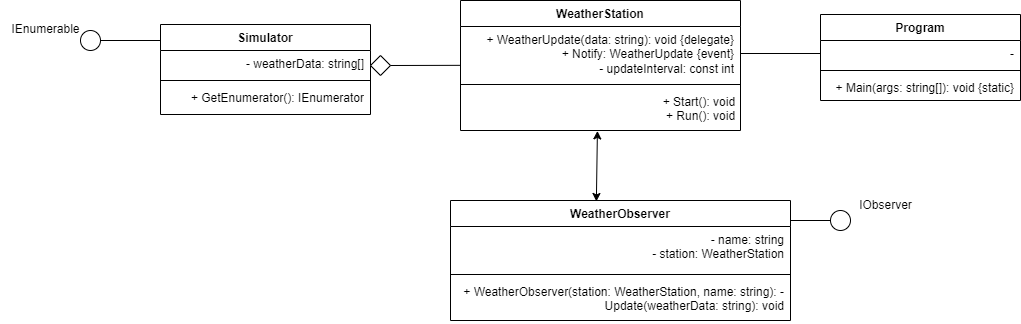
Nef0o0r/Sem3-OOPcs-ElectronicVerilog keeps this draw.io diagram as oop/Practic2/report/UML Диаграмма/pattern2.drawio.png. Above is the earlier version. Source tidied: cells renumbered, new cells last; positions are measured from the earlier drawing's top-left corner, leaving out a move shared by most shapes.
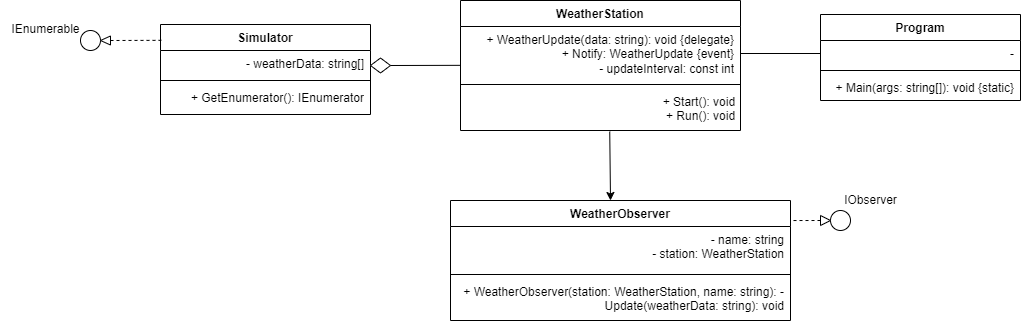
After the change.

Change to the diagram source:
```diff
@@ -36,13 +36,8 @@
       <mxGeometry x="830" y="210" width="20" height="20" as="geometry" />
     </mxCell>
     <mxCell id="13" value="IObserver" style="text;html=1;align=center;verticalAlign=middle;strokeColor=none;fillColor=none;" parent="1" vertex="1">
-      <mxGeometry x="845" y="190" width="80" height="30" as="geometry" />
+      <mxGeometry x="830" y="185" width="80" height="30" as="geometry" />
     </mxCell>
-    <mxCell id="14" style="endArrow=none;html=1;rounded=0;entryX=0;entryY=0.5;entryDx=0;entryDy=0;" parent="1" edge="1" target="12">
-      <mxGeometry relative="1" as="geometry">
-        <mxPoint x="790" y="220" as="sourcePoint" />
-      </mxGeometry>
-    </mxCell>
     <mxCell id="15" value="WeatherStation" style="swimlane;fontStyle=1;align=center;verticalAlign=top;horizontal=1;startSize=26;whiteSpace=wrap;html=1;" parent="1" vertex="1">
       <mxGeometry x="460" width="280" height="130" as="geometry" />
     </mxCell>
@@ -70,19 +65,28 @@
     <mxCell id="23" style="endArrow=none;html=1;rounded=0;entryX=0;entryY=0.5;entryDx=0;entryDy=0;exitX=1;exitY=0.5;exitDx=0;exitDy=0;" parent="1" edge="1" source="16" target="20">
       <mxGeometry relative="1" as="geometry" />
     </mxCell>
-    <mxCell id="24" style="endArrow=classic;startArrow=classic;html=1;rounded=0;entryX=0.489;entryY=1.01;entryDx=0;entryDy=0;entryPerimeter=0;exitX=0.429;exitY=0.008;exitDx=0;exitDy=0;exitPerimeter=0;" parent="1" edge="1" source="8" target="18">
-      <mxGeometry relative="1" as="geometry" />
-    </mxCell>
-    <mxCell id="25" style="endArrow=none;html=1;rounded=0;" parent="1" edge="1" source="6">
-      <mxGeometry relative="1" as="geometry">
-        <mxPoint x="160" y="40" as="targetPoint" />
-      </mxGeometry>
-    </mxCell>
     <mxCell id="26" style="rhombus;whiteSpace=wrap;html=1;" parent="1" vertex="1">
-      <mxGeometry x="370" y="55" width="20" height="20" as="geometry" />
+      <mxGeometry x="370" y="57.5" width="20" height="15" as="geometry" />
     </mxCell>
     <mxCell id="27" style="endArrow=none;html=1;rounded=0;exitX=1;exitY=0.5;exitDx=0;exitDy=0;entryX=-0.002;entryY=0.719;entryDx=0;entryDy=0;entryPerimeter=0;" parent="1" edge="1" source="26" target="16">
       <mxGeometry relative="1" as="geometry" />
     </mxCell>
+    <mxCell id="28" style="endArrow=classic;html=1;rounded=0;exitX=0.533;exitY=1.024;exitDx=0;exitDy=0;exitPerimeter=0;" parent="1" edge="1" source="18">
+      <mxGeometry relative="1" as="geometry">
+        <mxPoint x="610" y="200" as="targetPoint" />
+      </mxGeometry>
+    </mxCell>
+    <mxCell id="29" style="triangle;whiteSpace=wrap;html=1;rotation=-180;" parent="1" vertex="1">
+      <mxGeometry x="100" y="35.5" width="10" height="9" as="geometry" />
+    </mxCell>
+    <mxCell id="30" style="triangle;whiteSpace=wrap;html=1;" parent="1" vertex="1">
+      <mxGeometry x="820" y="215" width="10" height="10" as="geometry" />
+    </mxCell>
+    <mxCell id="31" style="endArrow=none;dashed=1;html=1;rounded=0;exitX=0;exitY=0.5;exitDx=0;exitDy=0;entryX=0.004;entryY=0.176;entryDx=0;entryDy=0;entryPerimeter=0;" parent="1" edge="1" source="29" target="2">
+      <mxGeometry relative="1" as="geometry" />
+    </mxCell>
+    <mxCell id="32" style="endArrow=none;dashed=1;html=1;rounded=0;exitX=0;exitY=0.5;exitDx=0;exitDy=0;entryX=1;entryY=0.167;entryDx=0;entryDy=0;entryPerimeter=0;" parent="1" edge="1" source="30" target="8">
+      <mxGeometry relative="1" as="geometry" />
+    </mxCell>
   </root>
 </mxGraphModel>
```
